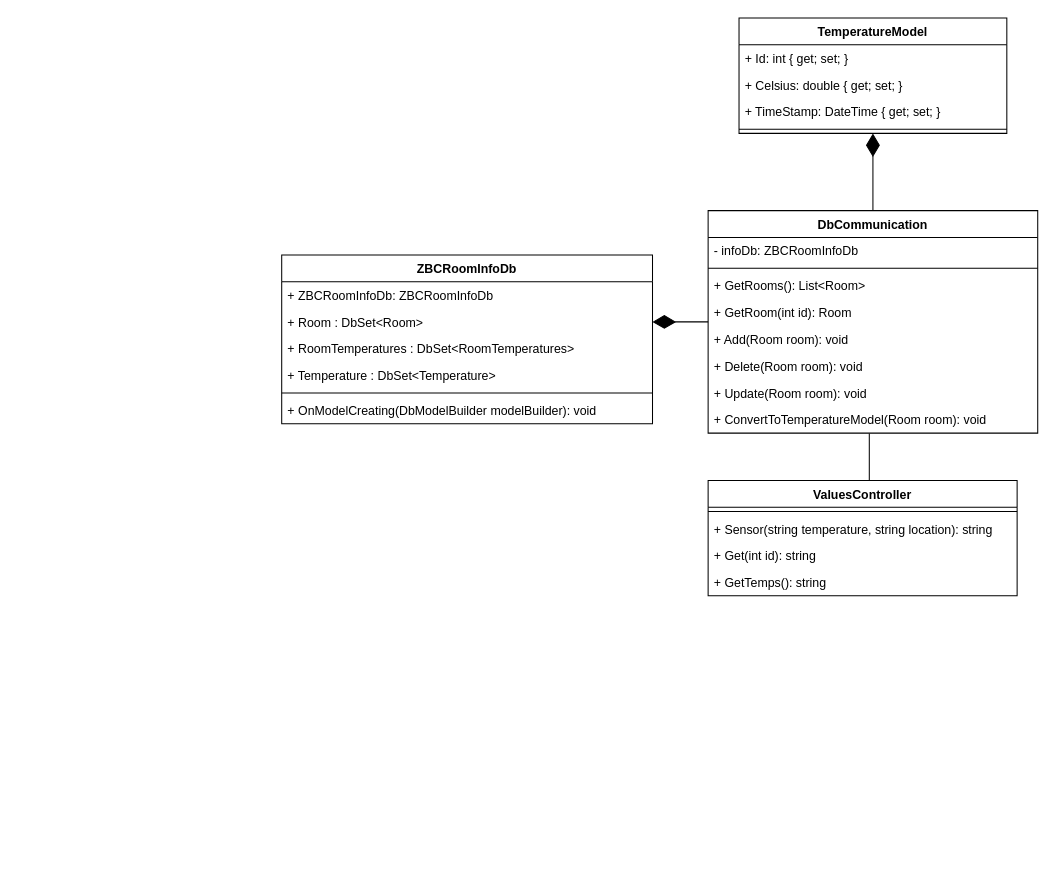
KeanTech/AngularProject keeps this draw.io diagram as TempApi_Diagram.drawio. Above is the earlier version. Source tidied: cells renumbered, new cells numbered last; positions are measured from the earlier drawing's top-left corner, leaving out a move shared by most shapes. Both pictures are drawn from the tidied source at 103%, with x=0, y=0 at pixel (281, 18).
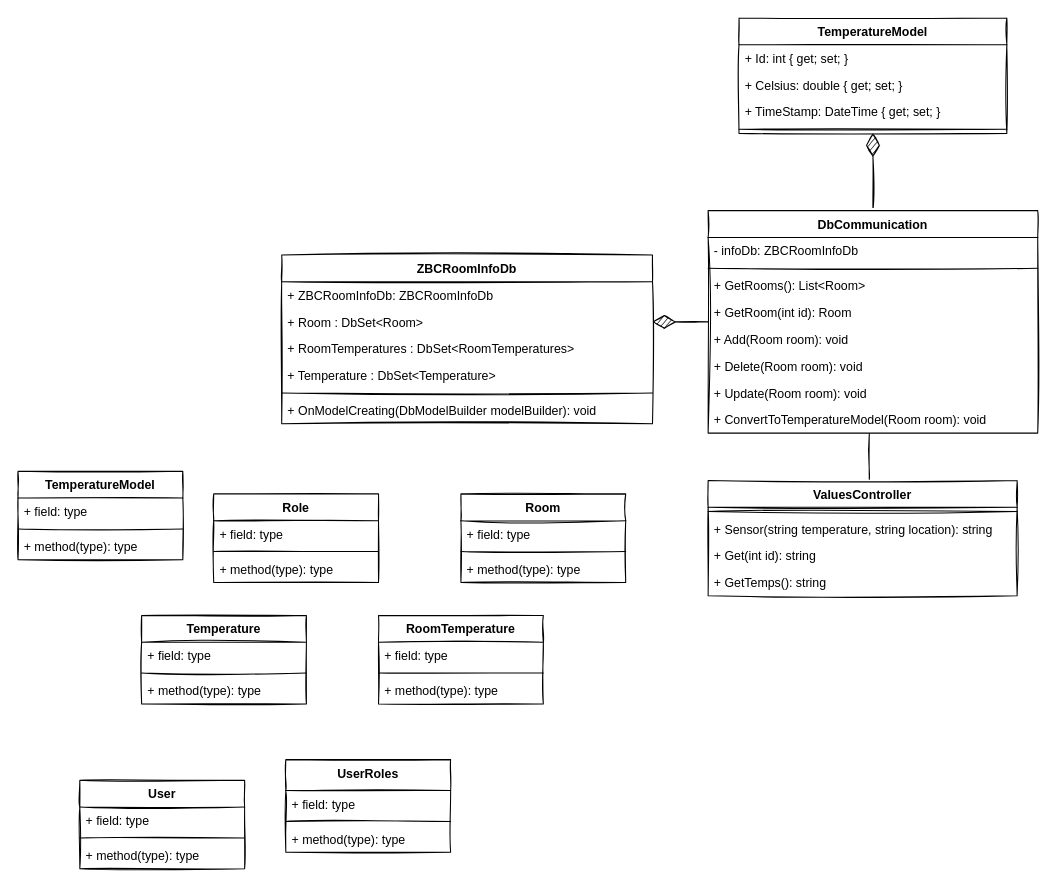
Above is the later version.

Diff of the diagram source:
```diff
@@
-    <mxCell id="2" style="edgeStyle=orthogonalEdgeStyle;rounded=0;jettySize=auto;html=1;entryX=0.489;entryY=1.013;entryDx=0;entryDy=0;entryPerimeter=0;endArrow=none;endFill=0;startSize=9;endSize=20;" parent="1" edge="1" source="3" target="18">
+    <mxCell id="2" style="edgeStyle=orthogonalEdgeStyle;jettySize=auto;html=1;entryX=0.489;entryY=1.013;entryDx=0;entryDy=0;entryPerimeter=0;endArrow=none;endFill=0;startSize=9;endSize=20;sketch=1;" parent="1" edge="1" source="3" target="18">
       <mxGeometry relative="1" as="geometry">
         <Array as="points">
           <mxPoint x="570" y="510" />
           <mxPoint x="570" y="510" />
         </Array>
       </mxGeometry>
     </mxCell>
-    <mxCell id="3" value="ValuesController" style="swimlane;fontStyle=1;align=center;verticalAlign=top;horizontal=1;startSize=26;" parent="1" vertex="1">
+    <mxCell id="3" value="ValuesController" style="swimlane;fontStyle=1;align=center;verticalAlign=top;horizontal=1;startSize=26;sketch=1;" parent="1" vertex="1">
       <mxGeometry x="414" y="449" width="300" height="112" as="geometry" />
     </mxCell>
-    <mxCell id="4" style="line;strokeWidth=1;fillColor=none;align=left;verticalAlign=middle;spacingTop=-1;spacingLeft=3;spacingRight=3;labelPosition=right;" parent="3" vertex="1">
+    <mxCell id="4" style="line;strokeWidth=1;fillColor=none;align=left;verticalAlign=middle;spacingTop=-1;spacingLeft=3;spacingRight=3;labelPosition=right;sketch=1;" parent="3" vertex="1">
       <mxGeometry y="26" width="300" height="8" as="geometry" />
     </mxCell>
-    <mxCell id="5" value="+ Sensor(string temperature, string location): string" style="text;strokeColor=none;fillColor=none;align=left;verticalAlign=top;spacingLeft=4;spacingRight=4;overflow=hidden;" parent="3" vertex="1">
+    <mxCell id="5" value="+ Sensor(string temperature, string location): string" style="text;strokeColor=none;fillColor=none;align=left;verticalAlign=top;spacingLeft=4;spacingRight=4;overflow=hidden;sketch=1;" parent="3" vertex="1">
       <mxGeometry y="34" width="300" height="26" as="geometry" />
     </mxCell>
-    <mxCell id="6" value="+ Get(int id): string" style="text;strokeColor=none;fillColor=none;align=left;verticalAlign=top;spacingLeft=4;spacingRight=4;overflow=hidden;" parent="3" vertex="1">
+    <mxCell id="6" value="+ Get(int id): string" style="text;strokeColor=none;fillColor=none;align=left;verticalAlign=top;spacingLeft=4;spacingRight=4;overflow=hidden;sketch=1;" parent="3" vertex="1">
       <mxGeometry y="60" width="300" height="26" as="geometry" />
     </mxCell>
-    <mxCell id="7" value="+ GetTemps(): string" style="text;strokeColor=none;fillColor=none;align=left;verticalAlign=top;spacingLeft=4;spacingRight=4;overflow=hidden;" parent="3" vertex="1">
+    <mxCell id="7" value="+ GetTemps(): string" style="text;strokeColor=none;fillColor=none;align=left;verticalAlign=top;spacingLeft=4;spacingRight=4;overflow=hidden;sketch=1;" parent="3" vertex="1">
       <mxGeometry y="86" width="300" height="26" as="geometry" />
     </mxCell>
-    <mxCell id="8" style="edgeStyle=orthogonalEdgeStyle;rounded=0;jettySize=auto;html=1;entryX=1;entryY=0.5;entryDx=0;entryDy=0;endArrow=diamondThin;endFill=1;startSize=9;endSize=20;" parent="1" edge="1" source="10" target="21">
+    <mxCell id="8" style="edgeStyle=orthogonalEdgeStyle;jettySize=auto;html=1;entryX=1;entryY=0.5;entryDx=0;entryDy=0;endArrow=diamondThin;endFill=1;startSize=9;endSize=20;sketch=1;" parent="1" edge="1" source="10" target="21">
       <mxGeometry relative="1" as="geometry" />
     </mxCell>
-    <mxCell id="9" style="edgeStyle=orthogonalEdgeStyle;rounded=0;jettySize=auto;html=1;entryX=0.5;entryY=1;entryDx=0;entryDy=0;endArrow=diamondThin;endFill=1;startSize=9;endSize=20;" parent="1" edge="1" source="10" target="26">
+    <mxCell id="9" style="edgeStyle=orthogonalEdgeStyle;jettySize=auto;html=1;entryX=0.5;entryY=1;entryDx=0;entryDy=0;endArrow=diamondThin;endFill=1;startSize=9;endSize=20;sketch=1;" parent="1" edge="1" source="10" target="26">
       <mxGeometry relative="1" as="geometry" />
     </mxCell>
-    <mxCell id="10" value="DbCommunication" style="swimlane;fontStyle=1;align=center;verticalAlign=top;horizontal=1;startSize=26;" parent="1" vertex="1">
+    <mxCell id="10" value="DbCommunication" style="swimlane;fontStyle=1;align=center;verticalAlign=top;horizontal=1;startSize=26;sketch=1;" parent="1" vertex="1">
       <mxGeometry x="414" y="187" width="320" height="216" as="geometry" />
     </mxCell>
-    <mxCell id="11" value="- infoDb: ZBCRoomInfoDb" style="text;strokeColor=none;fillColor=none;align=left;verticalAlign=top;spacingLeft=4;spacingRight=4;overflow=hidden;" parent="10" vertex="1">
+    <mxCell id="11" value="- infoDb: ZBCRoomInfoDb" style="text;strokeColor=none;fillColor=none;align=left;verticalAlign=top;spacingLeft=4;spacingRight=4;overflow=hidden;sketch=1;" parent="10" vertex="1">
       <mxGeometry y="26" width="320" height="26" as="geometry" />
     </mxCell>
-    <mxCell id="12" style="line;strokeWidth=1;fillColor=none;align=left;verticalAlign=middle;spacingTop=-1;spacingLeft=3;spacingRight=3;labelPosition=right;" parent="10" vertex="1">
+    <mxCell id="12" style="line;strokeWidth=1;fillColor=none;align=left;verticalAlign=middle;spacingTop=-1;spacingLeft=3;spacingRight=3;labelPosition=right;sketch=1;" parent="10" vertex="1">
       <mxGeometry y="52" width="320" height="8" as="geometry" />
     </mxCell>
-    <mxCell id="13" value="+ GetRooms(): List&lt;Room&gt;" style="text;strokeColor=none;fillColor=none;align=left;verticalAlign=top;spacingLeft=4;spacingRight=4;overflow=hidden;" parent="10" vertex="1">
+    <mxCell id="13" value="+ GetRooms(): List&lt;Room&gt;" style="text;strokeColor=none;fillColor=none;align=left;verticalAlign=top;spacingLeft=4;spacingRight=4;overflow=hidden;sketch=1;" parent="10" vertex="1">
       <mxGeometry y="60" width="320" height="26" as="geometry" />
     </mxCell>
-    <mxCell id="14" value="+ GetRoom(int id): Room" style="text;strokeColor=none;fillColor=none;align=left;verticalAlign=top;spacingLeft=4;spacingRight=4;overflow=hidden;" parent="10" vertex="1">
+    <mxCell id="14" value="+ GetRoom(int id): Room" style="text;strokeColor=none;fillColor=none;align=left;verticalAlign=top;spacingLeft=4;spacingRight=4;overflow=hidden;sketch=1;" parent="10" vertex="1">
       <mxGeometry y="86" width="320" height="26" as="geometry" />
     </mxCell>
-    <mxCell id="15" value="+ Add(Room room): void" style="text;strokeColor=none;fillColor=none;align=left;verticalAlign=top;spacingLeft=4;spacingRight=4;overflow=hidden;" parent="10" vertex="1">
+    <mxCell id="15" value="+ Add(Room room): void" style="text;strokeColor=none;fillColor=none;align=left;verticalAlign=top;spacingLeft=4;spacingRight=4;overflow=hidden;sketch=1;" parent="10" vertex="1">
       <mxGeometry y="112" width="320" height="26" as="geometry" />
     </mxCell>
-    <mxCell id="16" value="+ Delete(Room room): void" style="text;strokeColor=none;fillColor=none;align=left;verticalAlign=top;spacingLeft=4;spacingRight=4;overflow=hidden;" parent="10" vertex="1">
+    <mxCell id="16" value="+ Delete(Room room): void" style="text;strokeColor=none;fillColor=none;align=left;verticalAlign=top;spacingLeft=4;spacingRight=4;overflow=hidden;sketch=1;" parent="10" vertex="1">
       <mxGeometry y="138" width="320" height="26" as="geometry" />
     </mxCell>
-    <mxCell id="17" value="+ Update(Room room): void" style="text;strokeColor=none;fillColor=none;align=left;verticalAlign=top;spacingLeft=4;spacingRight=4;overflow=hidden;" parent="10" vertex="1">
+    <mxCell id="17" value="+ Update(Room room): void" style="text;strokeColor=none;fillColor=none;align=left;verticalAlign=top;spacingLeft=4;spacingRight=4;overflow=hidden;sketch=1;" parent="10" vertex="1">
       <mxGeometry y="164" width="320" height="26" as="geometry" />
     </mxCell>
-    <mxCell id="18" value="+ ConvertToTemperatureModel(Room room): void" style="text;strokeColor=none;fillColor=none;align=left;verticalAlign=top;spacingLeft=4;spacingRight=4;overflow=hidden;points=[[0,0.5],[1,0.5]];portConstraint=eastwest;" parent="10" vertex="1">
+    <mxCell id="18" value="+ ConvertToTemperatureModel(Room room): void" style="text;strokeColor=none;fillColor=none;align=left;verticalAlign=top;spacingLeft=4;spacingRight=4;overflow=hidden;points=[[0,0.5],[1,0.5]];portConstraint=eastwest;sketch=1;" parent="10" vertex="1">
       <mxGeometry y="190" width="320" height="26" as="geometry" />
     </mxCell>
-    <mxCell id="19" value="ZBCRoomInfoDb" style="swimlane;fontStyle=1;align=center;verticalAlign=top;horizontal=1;startSize=26;" parent="1" vertex="1">
+    <mxCell id="19" value="ZBCRoomInfoDb" style="swimlane;fontStyle=1;align=center;verticalAlign=top;horizontal=1;startSize=26;sketch=1;" parent="1" vertex="1">
       <mxGeometry y="230" width="360" height="164" as="geometry" />
     </mxCell>
-    <mxCell id="20" value="+ ZBCRoomInfoDb: ZBCRoomInfoDb" style="text;strokeColor=none;fillColor=none;align=left;verticalAlign=top;spacingLeft=4;spacingRight=4;overflow=hidden;" parent="19" vertex="1">
+    <mxCell id="20" value="+ ZBCRoomInfoDb: ZBCRoomInfoDb" style="text;strokeColor=none;fillColor=none;align=left;verticalAlign=top;spacingLeft=4;spacingRight=4;overflow=hidden;sketch=1;" parent="19" vertex="1">
       <mxGeometry y="26" width="360" height="26" as="geometry" />
     </mxCell>
-    <mxCell id="21" value="+ Room : DbSet&lt;Room&gt;" style="text;strokeColor=none;fillColor=none;align=left;verticalAlign=top;spacingLeft=4;spacingRight=4;overflow=hidden;points=[[0,0.5],[1,0.5]];portConstraint=eastwest;" parent="19" vertex="1">
+    <mxCell id="21" value="+ Room : DbSet&lt;Room&gt;" style="text;strokeColor=none;fillColor=none;align=left;verticalAlign=top;spacingLeft=4;spacingRight=4;overflow=hidden;points=[[0,0.5],[1,0.5]];portConstraint=eastwest;sketch=1;" parent="19" vertex="1">
       <mxGeometry y="52" width="360" height="26" as="geometry" />
     </mxCell>
-    <mxCell id="22" value="+ RoomTemperatures : DbSet&lt;RoomTemperatures&gt;" style="text;strokeColor=none;fillColor=none;align=left;verticalAlign=top;spacingLeft=4;spacingRight=4;overflow=hidden;" parent="19" vertex="1">
+    <mxCell id="22" value="+ RoomTemperatures : DbSet&lt;RoomTemperatures&gt;" style="text;strokeColor=none;fillColor=none;align=left;verticalAlign=top;spacingLeft=4;spacingRight=4;overflow=hidden;sketch=1;" parent="19" vertex="1">
       <mxGeometry y="78" width="360" height="26" as="geometry" />
     </mxCell>
-    <mxCell id="23" value="+ Temperature : DbSet&lt;Temperature&gt;" style="text;strokeColor=none;fillColor=none;align=left;verticalAlign=top;spacingLeft=4;spacingRight=4;overflow=hidden;" parent="19" vertex="1">
+    <mxCell id="23" value="+ Temperature : DbSet&lt;Temperature&gt;" style="text;strokeColor=none;fillColor=none;align=left;verticalAlign=top;spacingLeft=4;spacingRight=4;overflow=hidden;sketch=1;" parent="19" vertex="1">
       <mxGeometry y="104" width="360" height="26" as="geometry" />
     </mxCell>
-    <mxCell id="24" style="line;strokeWidth=1;fillColor=none;align=left;verticalAlign=middle;spacingTop=-1;spacingLeft=3;spacingRight=3;labelPosition=right;" parent="19" vertex="1">
+    <mxCell id="24" style="line;strokeWidth=1;fillColor=none;align=left;verticalAlign=middle;spacingTop=-1;spacingLeft=3;spacingRight=3;labelPosition=right;sketch=1;" parent="19" vertex="1">
       <mxGeometry y="130" width="360" height="8" as="geometry" />
     </mxCell>
-    <mxCell id="25" value="+ OnModelCreating(DbModelBuilder modelBuilder): void" style="text;strokeColor=none;fillColor=none;align=left;verticalAlign=top;spacingLeft=4;spacingRight=4;overflow=hidden;" parent="19" vertex="1">
+    <mxCell id="25" value="+ OnModelCreating(DbModelBuilder modelBuilder): void" style="text;strokeColor=none;fillColor=none;align=left;verticalAlign=top;spacingLeft=4;spacingRight=4;overflow=hidden;sketch=1;" parent="19" vertex="1">
       <mxGeometry y="138" width="360" height="26" as="geometry" />
     </mxCell>
-    <mxCell id="26" value="TemperatureModel" style="swimlane;fontStyle=1;align=center;verticalAlign=top;horizontal=1;startSize=26;" parent="1" vertex="1">
+    <mxCell id="26" value="TemperatureModel" style="swimlane;fontStyle=1;align=center;verticalAlign=top;horizontal=1;startSize=26;sketch=1;" parent="1" vertex="1">
       <mxGeometry x="444" width="260" height="112" as="geometry" />
     </mxCell>
-    <mxCell id="27" value="+ Id: int { get; set; }" style="text;strokeColor=none;fillColor=none;align=left;verticalAlign=top;spacingLeft=4;spacingRight=4;overflow=hidden;" parent="26" vertex="1">
+    <mxCell id="27" value="+ Id: int { get; set; }" style="text;strokeColor=none;fillColor=none;align=left;verticalAlign=top;spacingLeft=4;spacingRight=4;overflow=hidden;sketch=1;" parent="26" vertex="1">
       <mxGeometry y="26" width="260" height="26" as="geometry" />
     </mxCell>
-    <mxCell id="28" value="+ Celsius: double { get; set; }" style="text;strokeColor=none;fillColor=none;align=left;verticalAlign=top;spacingLeft=4;spacingRight=4;overflow=hidden;" parent="26" vertex="1">
+    <mxCell id="28" value="+ Celsius: double { get; set; }" style="text;strokeColor=none;fillColor=none;align=left;verticalAlign=top;spacingLeft=4;spacingRight=4;overflow=hidden;sketch=1;" parent="26" vertex="1">
       <mxGeometry y="52" width="260" height="26" as="geometry" />
     </mxCell>
-    <mxCell id="29" value="+ TimeStamp: DateTime { get; set; }" style="text;strokeColor=none;fillColor=none;align=left;verticalAlign=top;spacingLeft=4;spacingRight=4;overflow=hidden;" parent="26" vertex="1">
+    <mxCell id="29" value="+ TimeStamp: DateTime { get; set; }" style="text;strokeColor=none;fillColor=none;align=left;verticalAlign=top;spacingLeft=4;spacingRight=4;overflow=hidden;sketch=1;" parent="26" vertex="1">
       <mxGeometry y="78" width="260" height="26" as="geometry" />
     </mxCell>
-    <mxCell id="30" style="line;strokeWidth=1;fillColor=none;align=left;verticalAlign=middle;spacingTop=-1;spacingLeft=3;spacingRight=3;labelPosition=right;" parent="26" vertex="1">
+    <mxCell id="30" style="line;strokeWidth=1;fillColor=none;align=left;verticalAlign=middle;spacingTop=-1;spacingLeft=3;spacingRight=3;labelPosition=right;sketch=1;" parent="26" vertex="1">
       <mxGeometry y="104" width="260" height="8" as="geometry" />
     </mxCell>
+    <mxCell id="31" value="Room" style="swimlane;fontStyle=1;align=center;verticalAlign=top;horizontal=1;startSize=26;sketch=1;" parent="1" vertex="1">
+      <mxGeometry x="174" y="462" width="160" height="86" as="geometry" />
+    </mxCell>
+    <mxCell id="32" value="+ field: type" style="text;strokeColor=none;fillColor=none;align=left;verticalAlign=top;spacingLeft=4;spacingRight=4;overflow=hidden;sketch=1;" parent="31" vertex="1">
+      <mxGeometry y="26" width="160" height="26" as="geometry" />
+    </mxCell>
+    <mxCell id="33" style="line;strokeWidth=1;fillColor=none;align=left;verticalAlign=middle;spacingTop=-1;spacingLeft=3;spacingRight=3;labelPosition=right;sketch=1;" parent="31" vertex="1">
+      <mxGeometry y="52" width="160" height="8" as="geometry" />
+    </mxCell>
+    <mxCell id="34" value="+ method(type): type" style="text;strokeColor=none;fillColor=none;align=left;verticalAlign=top;spacingLeft=4;spacingRight=4;overflow=hidden;sketch=1;" parent="31" vertex="1">
+      <mxGeometry y="60" width="160" height="26" as="geometry" />
+    </mxCell>
+    <mxCell id="35" value="Role" style="swimlane;fontStyle=1;align=center;verticalAlign=top;horizontal=1;startSize=26;sketch=1;" parent="1" vertex="1">
+      <mxGeometry x="-66" y="462" width="160" height="86" as="geometry" />
+    </mxCell>
+    <mxCell id="36" value="+ field: type" style="text;strokeColor=none;fillColor=none;align=left;verticalAlign=top;spacingLeft=4;spacingRight=4;overflow=hidden;sketch=1;" parent="35" vertex="1">
+      <mxGeometry y="26" width="160" height="26" as="geometry" />
+    </mxCell>
+    <mxCell id="37" style="line;strokeWidth=1;fillColor=none;align=left;verticalAlign=middle;spacingTop=-1;spacingLeft=3;spacingRight=3;labelPosition=right;sketch=1;" parent="35" vertex="1">
+      <mxGeometry y="52" width="160" height="8" as="geometry" />
+    </mxCell>
+    <mxCell id="38" value="+ method(type): type" style="text;strokeColor=none;fillColor=none;align=left;verticalAlign=top;spacingLeft=4;spacingRight=4;overflow=hidden;sketch=1;" parent="35" vertex="1">
+      <mxGeometry y="60" width="160" height="26" as="geometry" />
+    </mxCell>
+    <mxCell id="39" value="RoomTemperature" style="swimlane;fontStyle=1;align=center;verticalAlign=top;horizontal=1;startSize=26;sketch=1;" parent="1" vertex="1">
+      <mxGeometry x="94" y="580" width="160" height="86" as="geometry" />
+    </mxCell>
+    <mxCell id="40" value="+ field: type" style="text;strokeColor=none;fillColor=none;align=left;verticalAlign=top;spacingLeft=4;spacingRight=4;overflow=hidden;sketch=1;" parent="39" vertex="1">
+      <mxGeometry y="26" width="160" height="26" as="geometry" />
+    </mxCell>
+    <mxCell id="41" style="line;strokeWidth=1;fillColor=none;align=left;verticalAlign=middle;spacingTop=-1;spacingLeft=3;spacingRight=3;labelPosition=right;sketch=1;" parent="39" vertex="1">
+      <mxGeometry y="52" width="160" height="8" as="geometry" />
+    </mxCell>
+    <mxCell id="42" value="+ method(type): type" style="text;strokeColor=none;fillColor=none;align=left;verticalAlign=top;spacingLeft=4;spacingRight=4;overflow=hidden;sketch=1;" parent="39" vertex="1">
+      <mxGeometry y="60" width="160" height="26" as="geometry" />
+    </mxCell>
+    <mxCell id="43" value="Temperature" style="swimlane;fontStyle=1;align=center;verticalAlign=top;horizontal=1;startSize=26;sketch=1;" parent="1" vertex="1">
+      <mxGeometry x="-136" y="580" width="160" height="86" as="geometry" />
+    </mxCell>
+    <mxCell id="44" value="+ field: type" style="text;strokeColor=none;fillColor=none;align=left;verticalAlign=top;spacingLeft=4;spacingRight=4;overflow=hidden;sketch=1;" parent="43" vertex="1">
+      <mxGeometry y="26" width="160" height="26" as="geometry" />
+    </mxCell>
+    <mxCell id="45" style="line;strokeWidth=1;fillColor=none;align=left;verticalAlign=middle;spacingTop=-1;spacingLeft=3;spacingRight=3;labelPosition=right;sketch=1;" parent="43" vertex="1">
+      <mxGeometry y="52" width="160" height="8" as="geometry" />
+    </mxCell>
+    <mxCell id="46" value="+ method(type): type" style="text;strokeColor=none;fillColor=none;align=left;verticalAlign=top;spacingLeft=4;spacingRight=4;overflow=hidden;sketch=1;" parent="43" vertex="1">
+      <mxGeometry y="60" width="160" height="26" as="geometry" />
+    </mxCell>
+    <mxCell id="47" value="TemperatureModel" style="swimlane;fontStyle=1;align=center;verticalAlign=top;horizontal=1;startSize=26;sketch=1;" parent="1" vertex="1">
+      <mxGeometry x="-256" y="440" width="160" height="86" as="geometry" />
+    </mxCell>
+    <mxCell id="48" value="+ field: type" style="text;strokeColor=none;fillColor=none;align=left;verticalAlign=top;spacingLeft=4;spacingRight=4;overflow=hidden;sketch=1;" parent="47" vertex="1">
+      <mxGeometry y="26" width="160" height="26" as="geometry" />
+    </mxCell>
+    <mxCell id="49" style="line;strokeWidth=1;fillColor=none;align=left;verticalAlign=middle;spacingTop=-1;spacingLeft=3;spacingRight=3;labelPosition=right;sketch=1;" parent="47" vertex="1">
+      <mxGeometry y="52" width="160" height="8" as="geometry" />
+    </mxCell>
+    <mxCell id="50" value="+ method(type): type" style="text;strokeColor=none;fillColor=none;align=left;verticalAlign=top;spacingLeft=4;spacingRight=4;overflow=hidden;sketch=1;" parent="47" vertex="1">
+      <mxGeometry y="60" width="160" height="26" as="geometry" />
+    </mxCell>
+    <mxCell id="51" value="User" style="swimlane;fontStyle=1;align=center;verticalAlign=top;horizontal=1;startSize=26;sketch=1;" parent="1" vertex="1">
+      <mxGeometry x="-196" y="740" width="160" height="86" as="geometry" />
+    </mxCell>
+    <mxCell id="52" value="+ field: type" style="text;strokeColor=none;fillColor=none;align=left;verticalAlign=top;spacingLeft=4;spacingRight=4;overflow=hidden;sketch=1;" parent="51" vertex="1">
+      <mxGeometry y="26" width="160" height="26" as="geometry" />
+    </mxCell>
+    <mxCell id="53" style="line;strokeWidth=1;fillColor=none;align=left;verticalAlign=middle;spacingTop=-1;spacingLeft=3;spacingRight=3;labelPosition=right;sketch=1;" parent="51" vertex="1">
+      <mxGeometry y="52" width="160" height="8" as="geometry" />
+    </mxCell>
+    <mxCell id="54" value="+ method(type): type" style="text;strokeColor=none;fillColor=none;align=left;verticalAlign=top;spacingLeft=4;spacingRight=4;overflow=hidden;sketch=1;" parent="51" vertex="1">
+      <mxGeometry y="60" width="160" height="26" as="geometry" />
+    </mxCell>
+    <mxCell id="55" value="UserRoles" style="swimlane;fontStyle=1;align=center;verticalAlign=top;horizontal=1;startSize=30;sketch=1;" parent="1" vertex="1">
+      <mxGeometry x="4" y="720" width="160" height="90" as="geometry" />
+    </mxCell>
+    <mxCell id="56" value="+ field: type" style="text;strokeColor=none;fillColor=none;align=left;verticalAlign=top;spacingLeft=4;spacingRight=4;overflow=hidden;sketch=1;" parent="55" vertex="1">
+      <mxGeometry y="30" width="160" height="26" as="geometry" />
+    </mxCell>
+    <mxCell id="57" style="line;strokeWidth=1;fillColor=none;align=left;verticalAlign=middle;spacingTop=-1;spacingLeft=3;spacingRight=3;labelPosition=right;sketch=1;" parent="55" vertex="1">
+      <mxGeometry y="56" width="160" height="8" as="geometry" />
+    </mxCell>
+    <mxCell id="58" value="+ method(type): type" style="text;strokeColor=none;fillColor=none;align=left;verticalAlign=top;spacingLeft=4;spacingRight=4;overflow=hidden;sketch=1;" parent="55" vertex="1">
+      <mxGeometry y="64" width="160" height="26" as="geometry" />
+    </mxCell>
```
